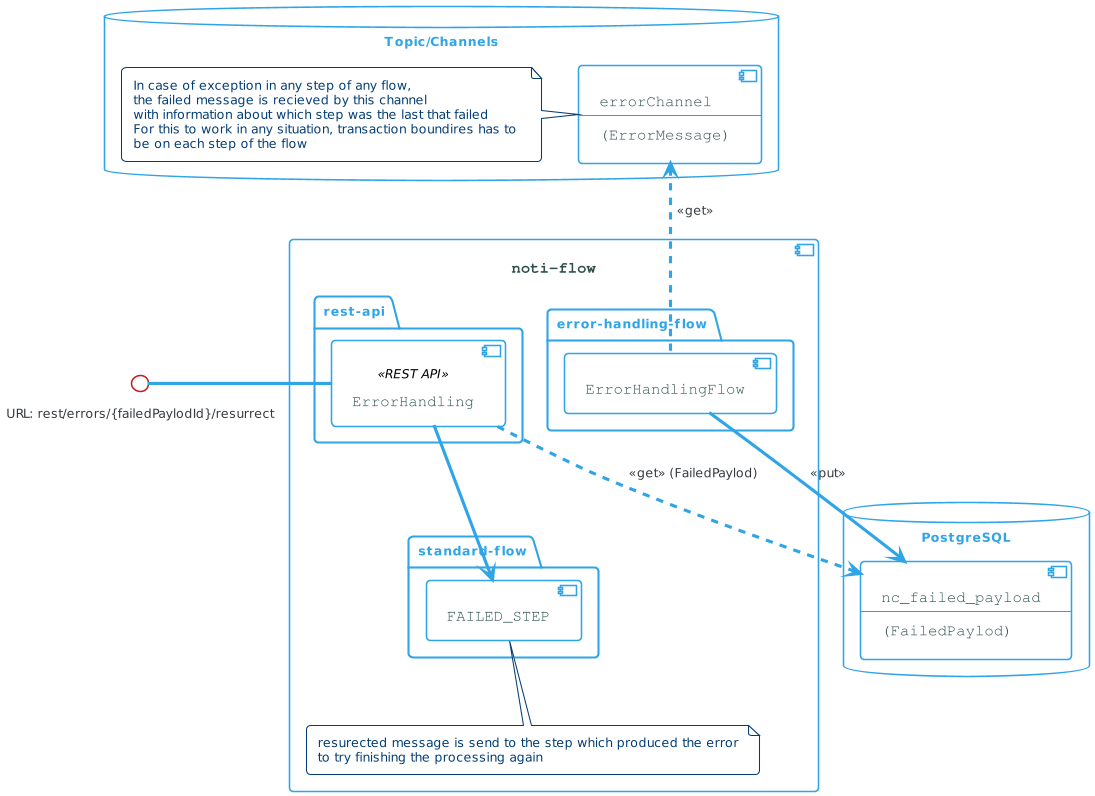
This is docs/diagrams/png/noti-flow-error-flow.png from com-obj/notiflow, a PlantUML export, as it was before one commit. Source of this version:
```plantuml
@startuml
!theme cerulean-outline

skinparam backgroundcolor White
skinparam component {
    BackgroundColor<<user defined>> LightGray
    BorderColor<<user defined>> Gray
    FontColor<<user defined>> Black
    ArrowColor<<get>> #FF6655

    FontColor DarkSlateGray
    FontName Courier
    FontSize 15

    FontSize<<PUB/SUB>> 12
}

database "PostgreSQL" {
    component nc_failed_payload [
        nc_failed_payload
        --
        (FailedPaylod)
    ]
}

database "Topic/Channels" {

    component errorChannel [
        errorChannel
        --
        (ErrorMessage)
    ]

    note left of errorChannel
        In case of exception in any step of any flow,
        the failed message is recieved by this channel
        with information about which step was the last that failed
        For this to work in any situation, transaction boundires has to
        be on each step of the flow
    end note

}

component [noti-flow] as mainFlow {


    package standard-flow {
        [FAILED_STEP]
    }

    note bottom of FAILED_STEP
        resurected message is send to the step which produced the error
        to try finishing the processing again
    end note

    package rest-api {
        [ErrorHandling]<<REST API>>

        ErrorHandling .> nc_failed_payload: <<get>> (FailedPaylod)
        ErrorHandling --> FAILED_STEP
    }

    package error-handling-flow {
         [ErrorHandlingFlow]

    }


    ErrorHandlingFlow .u.> errorChannel: <<get>>
    ErrorHandlingFlow --> nc_failed_payload: <<put>>
}

interface "URL: rest/errors/{failedPaylodId}/resurrect" as restErrorResurectInt
ErrorHandling -l- restErrorResurectInt: \t\t\t\t
@enduml
```
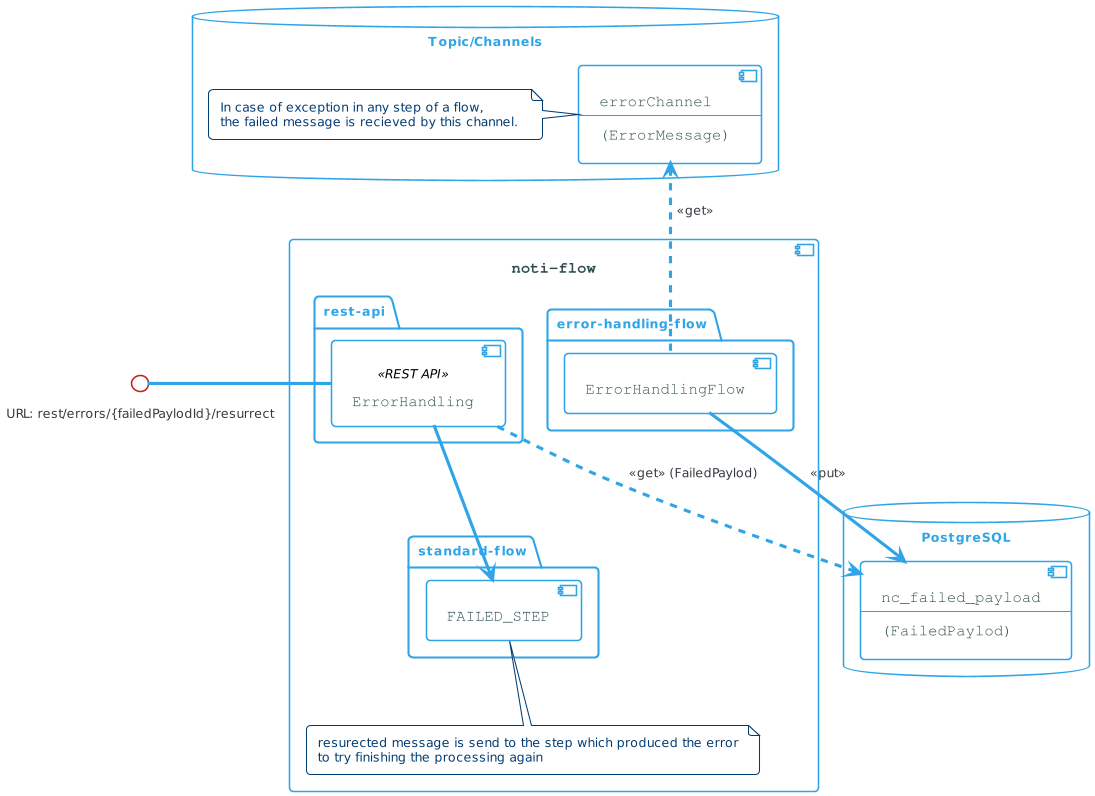
The same file after the commit.

The edit, as a diff of the source:
```diff
@@ -32,11 +32,8 @@
     ]
 
     note left of errorChannel
-        In case of exception in any step of any flow,
-        the failed message is recieved by this channel
-        with information about which step was the last that failed
-        For this to work in any situation, transaction boundires has to
-        be on each step of the flow
+        In case of exception in any step of a flow,
+        the failed message is recieved by this channel.
     end note
 
 }
```
